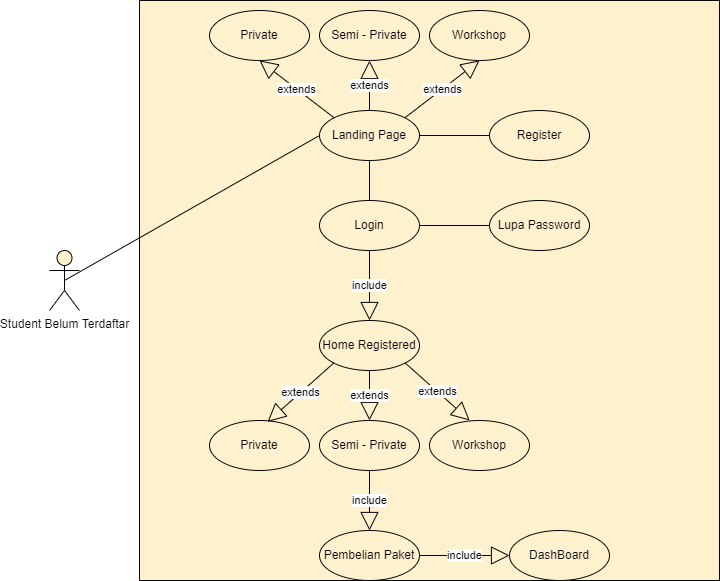
The draw.io diagram Diagrams/Use Case Diagram/UseCase_Siswa_Unregistered_Classico.png in Zkavolo/Classico-Project, before a commit. Source tidied: cells renumbered, new cells last; positions are measured from the earlier drawing's top-left corner, leaving out a move shared by most shapes.
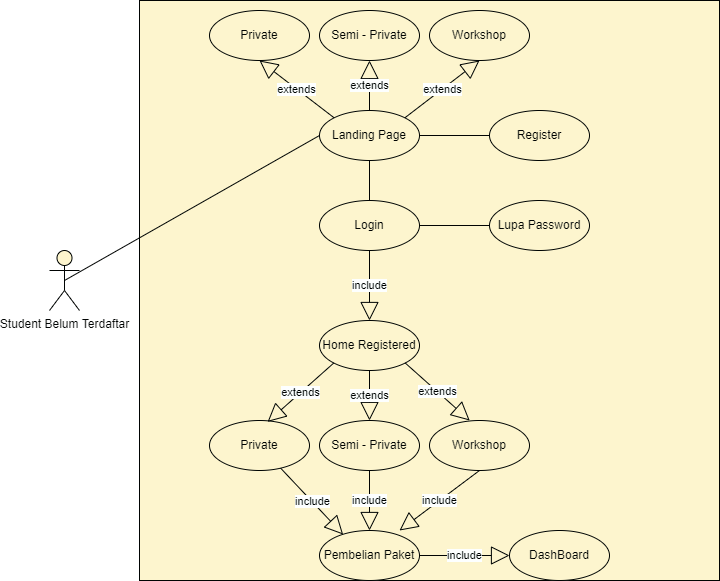
After the change.

Commit message:
modified use case unregistered siswa and added 2 Activity Diagrams

The edit, as a diff of the source:
```diff
@@ -92,5 +92,11 @@
     <mxCell id="29" value="include" style="endArrow=block;endSize=16;endFill=0;html=1;rounded=0;exitX=1;exitY=0.5;exitDx=0;exitDy=0;entryX=0;entryY=0.5;entryDx=0;entryDy=0;" parent="1" edge="1" source="26" target="28">
       <mxGeometry relative="1" as="geometry" />
     </mxCell>
+    <mxCell id="30" value="include" style="endArrow=block;endSize=16;endFill=0;html=1;rounded=0;exitX=0.5;exitY=1;exitDx=0;exitDy=0;entryX=0.8;entryY=0;entryDx=0;entryDy=0;entryPerimeter=0;" parent="1" edge="1" source="22" target="26">
+      <mxGeometry relative="1" as="geometry" />
+    </mxCell>
+    <mxCell id="31" value="include" style="endArrow=block;endSize=16;endFill=0;html=1;rounded=0;entryX=0.236;entryY=0.08;entryDx=0;entryDy=0;entryPerimeter=0;" parent="1" edge="1" source="20" target="26">
+      <mxGeometry relative="1" as="geometry" />
+    </mxCell>
   </root>
 </mxGraphModel>
```
